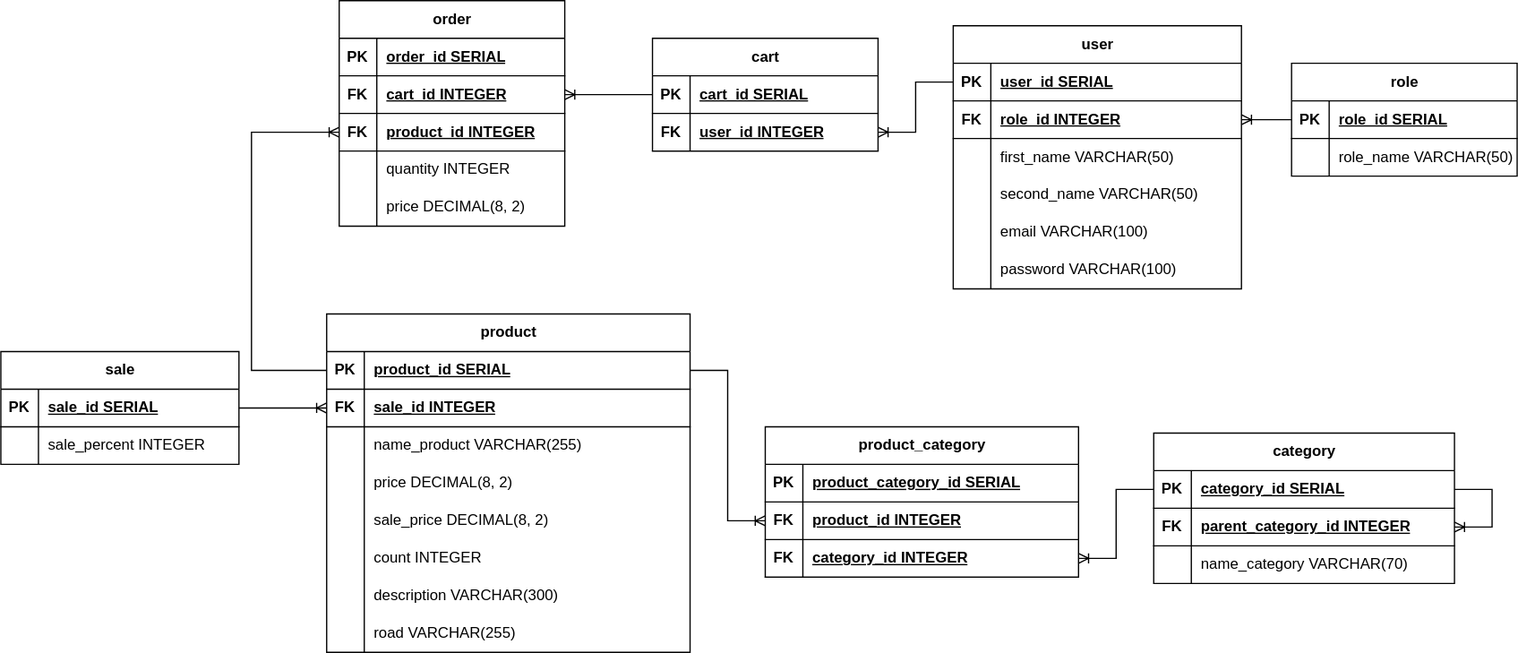
Earlier version of the draw.io export store_db.drawio.svg (arteevdd/NICETU_online-store). Source tidied: cells renumbered, new cells last; positions are measured from the earlier drawing's top-left corner, leaving out a move shared by most shapes.
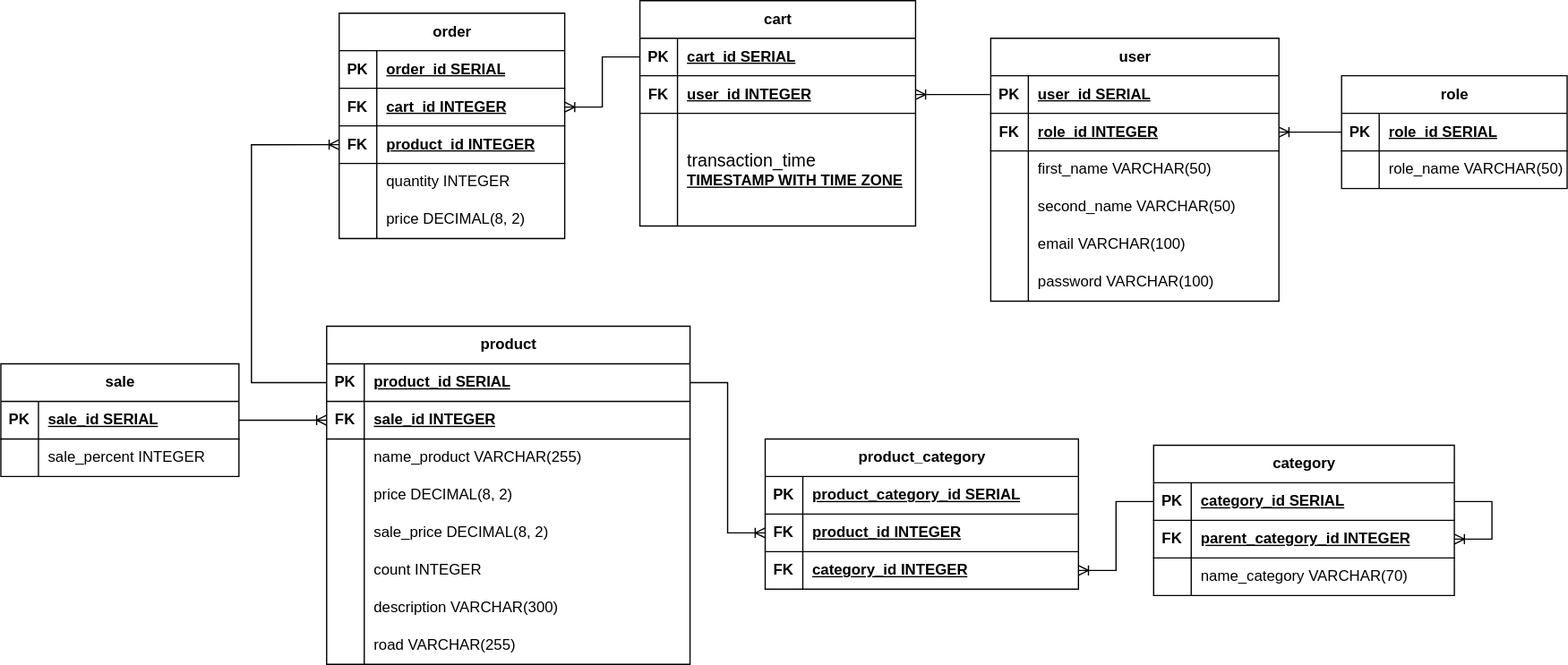
The same diagram one commit later.

Change to the diagram source:
```diff
@@ -24,7 +24,7 @@
       <mxGeometry x="30" width="160" height="30" as="geometry" />
     </mxCell>
     <mxCell id="9" value="role" style="shape=table;startSize=30;rowLines=0;fontStyle=1;align=center;html=1;" parent="1" vertex="1">
-      <mxGeometry x="1030" y="50" width="180" height="90" as="geometry" />
+      <mxGeometry x="1070" y="50" width="180" height="90" as="geometry" />
     </mxCell>
     <mxCell id="10" style="shape=tableRow;horizontal=0;startSize=0;swimlaneHead=0;swimlaneBody=0;fillColor=none;points=[[0,0.5],[1,0.5]];portConstraint=eastwest;top=0;left=0;right=0;bottom=1;" parent="9" vertex="1">
       <mxGeometry y="30" width="180" height="30" as="geometry" />
@@ -45,7 +45,7 @@
       <mxGeometry x="30" width="150" height="30" as="geometry" />
     </mxCell>
     <mxCell id="16" value="user" style="shape=table;startSize=30;rowLines=0;fontStyle=1;align=center;html=1;" parent="1" vertex="1">
-      <mxGeometry x="760" y="20" width="230" height="210" as="geometry" />
+      <mxGeometry x="790" y="20" width="230" height="210" as="geometry" />
     </mxCell>
     <mxCell id="17" style="shape=tableRow;horizontal=0;startSize=0;swimlaneHead=0;swimlaneBody=0;fillColor=none;points=[[0,0.5],[1,0.5]];portConstraint=eastwest;top=0;left=0;right=0;bottom=1;" parent="16" vertex="1">
       <mxGeometry y="30" width="230" height="30" as="geometry" />
@@ -104,28 +104,7 @@
     <mxCell id="35" style="edgeStyle=entityRelationEdgeStyle;fontSize=12;html=1;endArrow=ERoneToMany;rounded=0;exitX=0;exitY=0.5;exitDx=0;exitDy=0;entryX=1;entryY=0.5;entryDx=0;entryDy=0;" parent="1" edge="1" source="10" target="20">
       <mxGeometry relative="1" as="geometry" />
     </mxCell>
-    <mxCell id="36" value="cart" style="shape=table;startSize=30;rowLines=0;fontStyle=1;align=center;html=1;" parent="1" vertex="1">
-      <mxGeometry x="520" y="30" width="180" height="90" as="geometry" />
-    </mxCell>
-    <mxCell id="37" style="shape=tableRow;horizontal=0;startSize=0;swimlaneHead=0;swimlaneBody=0;fillColor=none;points=[[0,0.5],[1,0.5]];portConstraint=eastwest;top=0;left=0;right=0;bottom=1;" parent="36" vertex="1">
-      <mxGeometry y="30" width="180" height="30" as="geometry" />
-    </mxCell>
-    <mxCell id="38" value="PK" style="shape=partialRectangle;fillColor=none;top=0;left=0;bottom=0;right=0;fontStyle=1;overflow=hidden;whiteSpace=wrap;html=1;" parent="37" vertex="1">
-      <mxGeometry width="30" height="30" as="geometry" />
-    </mxCell>
-    <mxCell id="39" value="cart_id SERIAL" style="shape=partialRectangle;fillColor=none;top=0;left=0;bottom=0;right=0;align=left;spacingLeft=6;fontStyle=5;overflow=hidden;whiteSpace=wrap;html=1;" parent="37" vertex="1">
-      <mxGeometry x="30" width="150" height="30" as="geometry" />
-    </mxCell>
-    <mxCell id="40" style="shape=tableRow;horizontal=0;startSize=0;swimlaneHead=0;swimlaneBody=0;fillColor=none;points=[[0,0.5],[1,0.5]];portConstraint=eastwest;top=0;left=0;right=0;bottom=1;" parent="36" vertex="1">
-      <mxGeometry y="60" width="180" height="30" as="geometry" />
-    </mxCell>
-    <mxCell id="41" value="FK" style="shape=partialRectangle;fillColor=none;top=0;left=0;bottom=0;right=0;fontStyle=1;overflow=hidden;whiteSpace=wrap;html=1;" parent="40" vertex="1">
-      <mxGeometry width="30" height="30" as="geometry" />
-    </mxCell>
-    <mxCell id="42" value="user_id INTEGER" style="shape=partialRectangle;fillColor=none;top=0;left=0;bottom=0;right=0;align=left;spacingLeft=6;fontStyle=5;overflow=hidden;whiteSpace=wrap;html=1;" parent="40" vertex="1">
-      <mxGeometry x="30" width="150" height="30" as="geometry" />
-    </mxCell>
-    <mxCell id="43" style="edgeStyle=entityRelationEdgeStyle;fontSize=12;html=1;endArrow=ERoneToMany;rounded=0;exitX=0;exitY=0.5;exitDx=0;exitDy=0;entryX=1;entryY=0.5;entryDx=0;entryDy=0;" parent="1" edge="1" source="17" target="40">
+    <mxCell id="43" style="edgeStyle=entityRelationEdgeStyle;fontSize=12;html=1;endArrow=ERoneToMany;rounded=0;exitX=0;exitY=0.5;exitDx=0;exitDy=0;entryX=1;entryY=0.5;entryDx=0;entryDy=0;" parent="1" edge="1" source="17" target="112">
       <mxGeometry relative="1" as="geometry" />
     </mxCell>
     <mxCell id="44" value="product" style="shape=table;startSize=30;rowLines=0;fontStyle=1;align=center;html=1;" parent="1" vertex="1">
@@ -254,7 +233,7 @@
     <mxCell id="85" value="price DECIMAL(8, 2)" style="shape=partialRectangle;fillColor=none;top=0;left=0;bottom=0;right=0;align=left;spacingLeft=6;overflow=hidden;whiteSpace=wrap;html=1;" parent="83" vertex="1">
       <mxGeometry x="30" width="150" height="30" as="geometry" />
     </mxCell>
-    <mxCell id="86" style="edgeStyle=entityRelationEdgeStyle;fontSize=12;html=1;endArrow=ERoneToMany;rounded=0;exitX=0;exitY=0.5;exitDx=0;exitDy=0;entryX=1;entryY=0.5;entryDx=0;entryDy=0;" parent="1" edge="1" source="37" target="74">
+    <mxCell id="86" style="edgeStyle=entityRelationEdgeStyle;fontSize=12;html=1;endArrow=ERoneToMany;rounded=0;exitX=0;exitY=0.5;exitDx=0;exitDy=0;entryX=1;entryY=0.5;entryDx=0;entryDy=0;" parent="1" edge="1" source="111" target="74">
       <mxGeometry relative="1" as="geometry">
         <Array as="points">
           <mxPoint x="510" y="40" />
@@ -339,5 +318,35 @@
     <mxCell id="110" style="edgeStyle=entityRelationEdgeStyle;fontSize=12;html=1;endArrow=ERoneToMany;rounded=0;exitX=0;exitY=0.5;exitDx=0;exitDy=0;entryX=1;entryY=0.5;entryDx=0;entryDy=0;" parent="1" edge="1" source="89" target="106">
       <mxGeometry relative="1" as="geometry" />
     </mxCell>
+    <mxCell id="36" value="cart" style="shape=table;startSize=30;rowLines=0;fontStyle=1;align=center;html=1;" parent="1" vertex="1">
+      <mxGeometry x="510" y="-10" width="220" height="180" as="geometry" />
+    </mxCell>
+    <mxCell id="111" style="shape=tableRow;horizontal=0;startSize=0;swimlaneHead=0;swimlaneBody=0;fillColor=none;points=[[0,0.5],[1,0.5]];portConstraint=eastwest;top=0;left=0;right=0;bottom=1;" parent="36" vertex="1">
+      <mxGeometry y="30" width="220" height="30" as="geometry" />
+    </mxCell>
+    <mxCell id="38" value="PK" style="shape=partialRectangle;fillColor=none;top=0;left=0;bottom=0;right=0;fontStyle=1;overflow=hidden;whiteSpace=wrap;html=1;" parent="111" vertex="1">
+      <mxGeometry width="30" height="30" as="geometry" />
+    </mxCell>
+    <mxCell id="39" value="cart_id SERIAL" style="shape=partialRectangle;fillColor=none;top=0;left=0;bottom=0;right=0;align=left;spacingLeft=6;fontStyle=5;overflow=hidden;whiteSpace=wrap;html=1;" parent="111" vertex="1">
+      <mxGeometry x="30" width="190" height="30" as="geometry" />
+    </mxCell>
+    <mxCell id="112" style="shape=tableRow;horizontal=0;startSize=0;swimlaneHead=0;swimlaneBody=0;fillColor=none;points=[[0,0.5],[1,0.5]];portConstraint=eastwest;top=0;left=0;right=0;bottom=1;" parent="36" vertex="1">
+      <mxGeometry y="60" width="220" height="30" as="geometry" />
+    </mxCell>
+    <mxCell id="41" value="FK" style="shape=partialRectangle;fillColor=none;top=0;left=0;bottom=0;right=0;fontStyle=1;overflow=hidden;whiteSpace=wrap;html=1;" parent="112" vertex="1">
+      <mxGeometry width="30" height="30" as="geometry" />
+    </mxCell>
+    <mxCell id="42" value="user_id INTEGER" style="shape=partialRectangle;fillColor=none;top=0;left=0;bottom=0;right=0;align=left;spacingLeft=6;fontStyle=5;overflow=hidden;whiteSpace=wrap;html=1;" parent="112" vertex="1">
+      <mxGeometry x="30" width="190" height="30" as="geometry" />
+    </mxCell>
+    <mxCell id="113" style="shape=tableRow;horizontal=0;startSize=0;swimlaneHead=0;swimlaneBody=0;fillColor=none;top=0;left=0;right=0;bottom=0;" parent="36" vertex="1">
+      <mxGeometry y="90" width="220" height="90" as="geometry" />
+    </mxCell>
+    <mxCell id="114" style="shape=partialRectangle;fillColor=none;top=0;left=0;bottom=0;right=0;overflow=hidden;whiteSpace=wrap;html=1;" parent="113" vertex="1">
+      <mxGeometry width="30" height="90" as="geometry" />
+    </mxCell>
+    <mxCell id="115" value="&lt;font style=&quot;font-size: 14px;&quot;&gt;transaction_time&lt;/font&gt;&lt;br style=&quot;border-color: var(--border-color); font-weight: 700;&quot;&gt;&lt;span style=&quot;font-weight: 700; text-decoration-line: underline;&quot;&gt;TIMESTAMP WITH TIME ZONE&lt;/span&gt;" style="shape=partialRectangle;fillColor=none;top=0;left=0;bottom=0;right=0;align=left;spacingLeft=6;overflow=hidden;whiteSpace=wrap;html=1;" parent="113" vertex="1">
+      <mxGeometry x="30" width="190" height="90" as="geometry" />
+    </mxCell>
   </root>
 </mxGraphModel>
```
